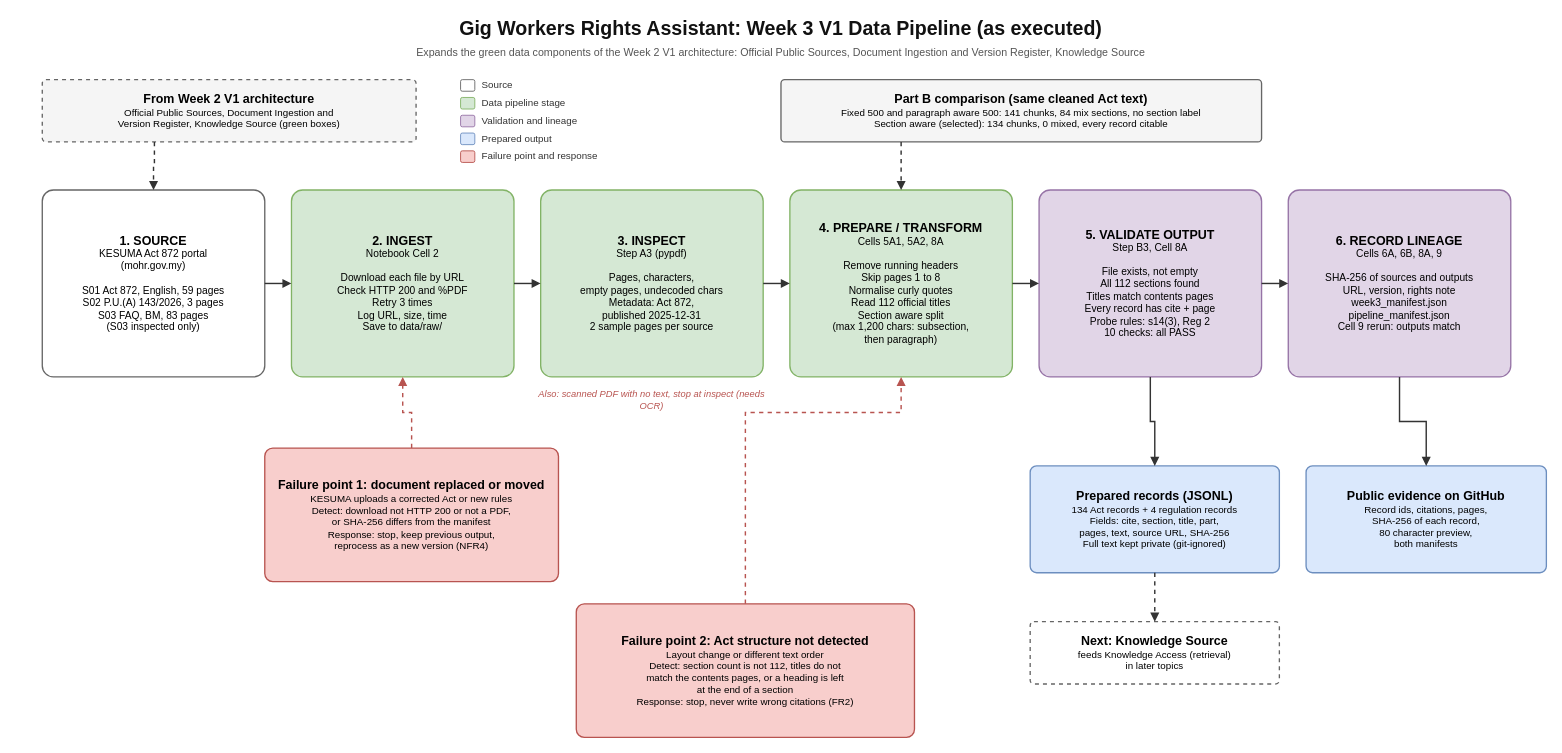
Before: docs/week3_pipeline_diagram.drawio in kavee05/ai-engineering-gig-workers-rights-assistant, a draw.io diagram. Source tidied: cells renumbered, new cells numbered last; positions are measured from the earlier drawing's top-left corner, leaving out a move shared by most shapes. Both pictures are drawn from the tidied source at 89%, with x=0, y=0 at pixel (15, 15).
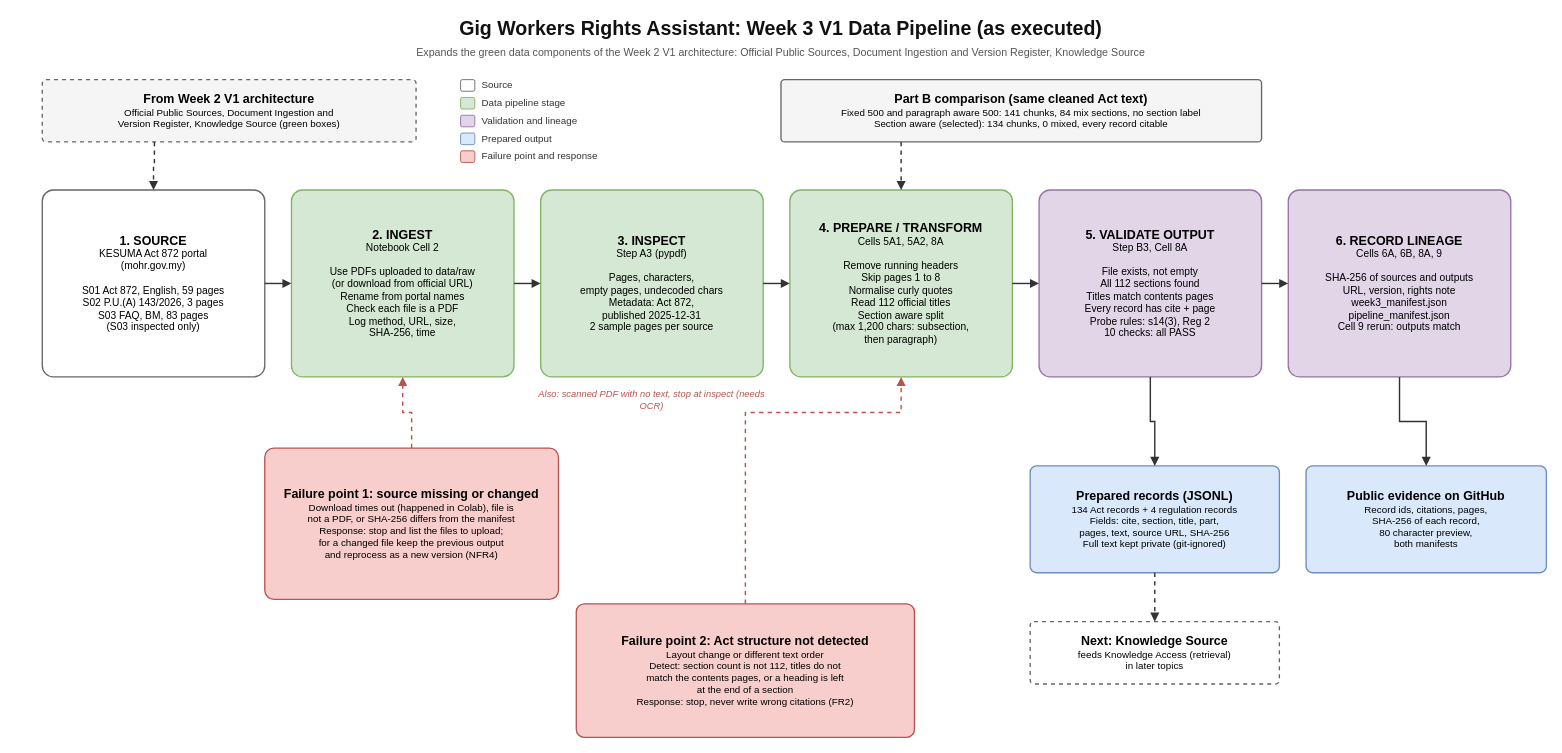
After the change.

Commit message (it also covers changes not shown here):
Week 3: load PDFs from data/raw for Colab, tidy notebook and docs

Change to the diagram source:
```diff
@@
-    <mxCell id="16" value="&lt;b style=&quot;font-size:14px&quot;&gt;2. INGEST&lt;/b&gt;&lt;br&gt;Notebook Cell 2&lt;br&gt;&lt;br&gt;Download each file by URL&lt;br&gt;Check HTTP 200 and %PDF&lt;br&gt;Retry 3 times&lt;br&gt;Log URL, size, time&lt;br&gt;Save to data/raw/" style="rounded=1;arcSize=6;whiteSpace=wrap;html=1;fillColor=#d5e8d4;strokeColor=#82b366;strokeWidth=1.5;fontFamily=Helvetica;fontSize=11.5;align=center;verticalAlign=middle;spacingLeft=8;spacingRight=8;" parent="1" vertex="1">
+    <mxCell id="16" value="&lt;b style=&quot;font-size:14px&quot;&gt;2. INGEST&lt;/b&gt;&lt;br&gt;Notebook Cell 2&lt;br&gt;&lt;br&gt;Use PDFs uploaded to data/raw&lt;br&gt;(or download from official URL)&lt;br&gt;Rename from portal names&lt;br&gt;Check each file is a PDF&lt;br&gt;Log method, URL, size,&lt;br&gt;SHA-256, time" style="rounded=1;arcSize=6;whiteSpace=wrap;html=1;fillColor=#d5e8d4;strokeColor=#82b366;strokeWidth=1.5;fontFamily=Helvetica;fontSize=11.5;align=center;verticalAlign=middle;spacingLeft=8;spacingRight=8;" parent="1" vertex="1">
       <mxGeometry x="310" y="196" width="250" height="210" as="geometry" />
     </mxCell>
@@
-    <mxCell id="35" value="&lt;b style=&quot;font-size:14px&quot;&gt;Failure point 1: document replaced or moved&lt;/b&gt;&lt;br&gt;KESUMA uploads a corrected Act or new rules&lt;br&gt;Detect: download not HTTP 200 or not a PDF,&lt;br&gt;or SHA-256 differs from the manifest&lt;br&gt;Response: stop, keep previous output,&lt;br&gt;reprocess as a new version (NFR4)" style="rounded=1;arcSize=6;whiteSpace=wrap;html=1;fillColor=#f8cecc;strokeColor=#b85450;strokeWidth=1.5;fontFamily=Helvetica;fontSize=11;align=center;verticalAlign=middle;spacingLeft=8;spacingRight=8;" parent="1" vertex="1">
-      <mxGeometry x="280" y="486" width="330" height="150" as="geometry" />
+    <mxCell id="35" value="&lt;b style=&quot;font-size:14px&quot;&gt;Failure point 1: source missing or changed&lt;/b&gt;&lt;br&gt;Download times out (happened in Colab), file is&lt;br&gt;not a PDF, or SHA-256 differs from the manifest&lt;br&gt;Response: stop and list the files to upload;&lt;br&gt;for a changed file keep the previous output&lt;br&gt;and reprocess as a new version (NFR4)" style="rounded=1;arcSize=6;whiteSpace=wrap;html=1;fillColor=#f8cecc;strokeColor=#b85450;strokeWidth=1.5;fontFamily=Helvetica;fontSize=11;align=center;verticalAlign=middle;spacingLeft=8;spacingRight=8;" parent="1" vertex="1">
+      <mxGeometry x="280" y="486" width="330" height="170" as="geometry" />
     </mxCell>
```
